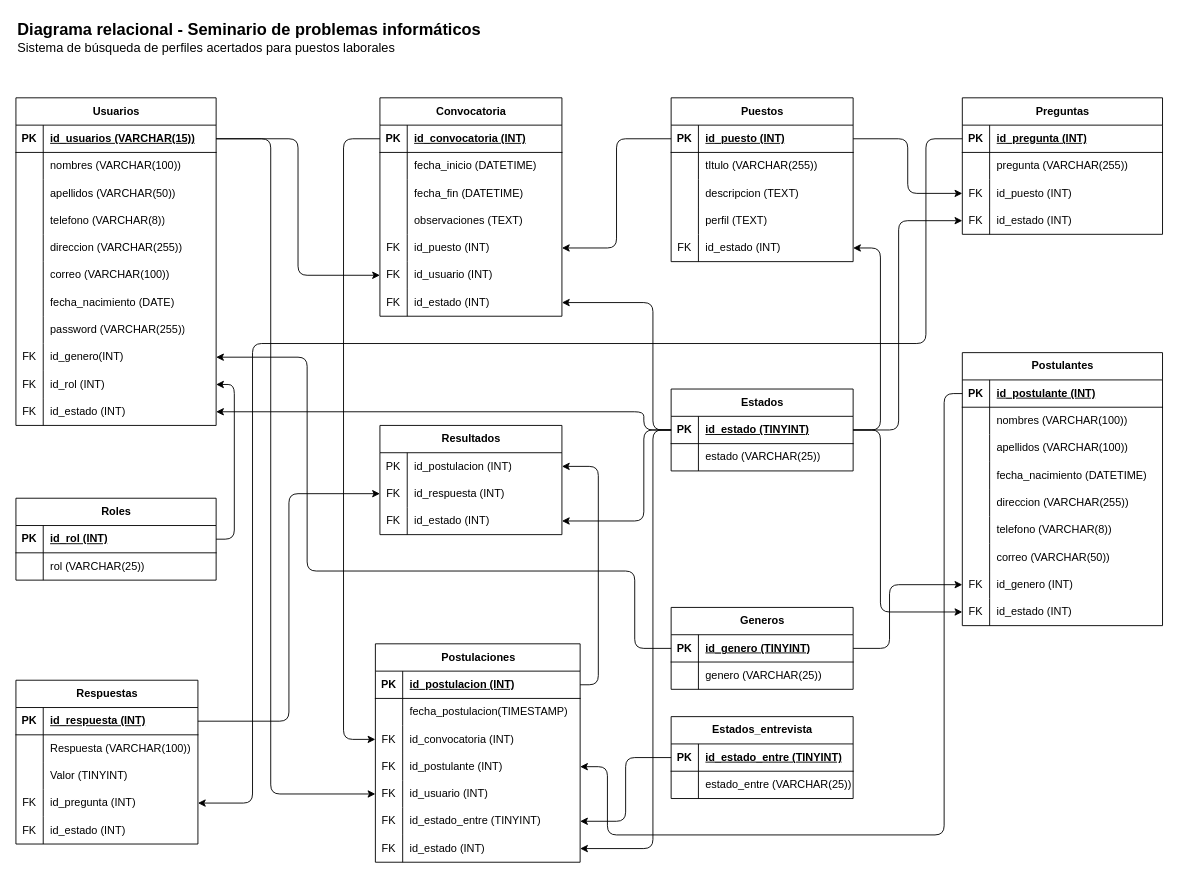
Before: bd/diagrama-relacional.drawio in maykchom/seminario-proyecto, a draw.io diagram. Source tidied: cells renumbered, new cells numbered last; positions are measured from the earlier drawing's top-left corner, leaving out a move shared by most shapes. Both pictures are drawn from the tidied source at 91%, with x=0, y=0 at pixel (15, 15).
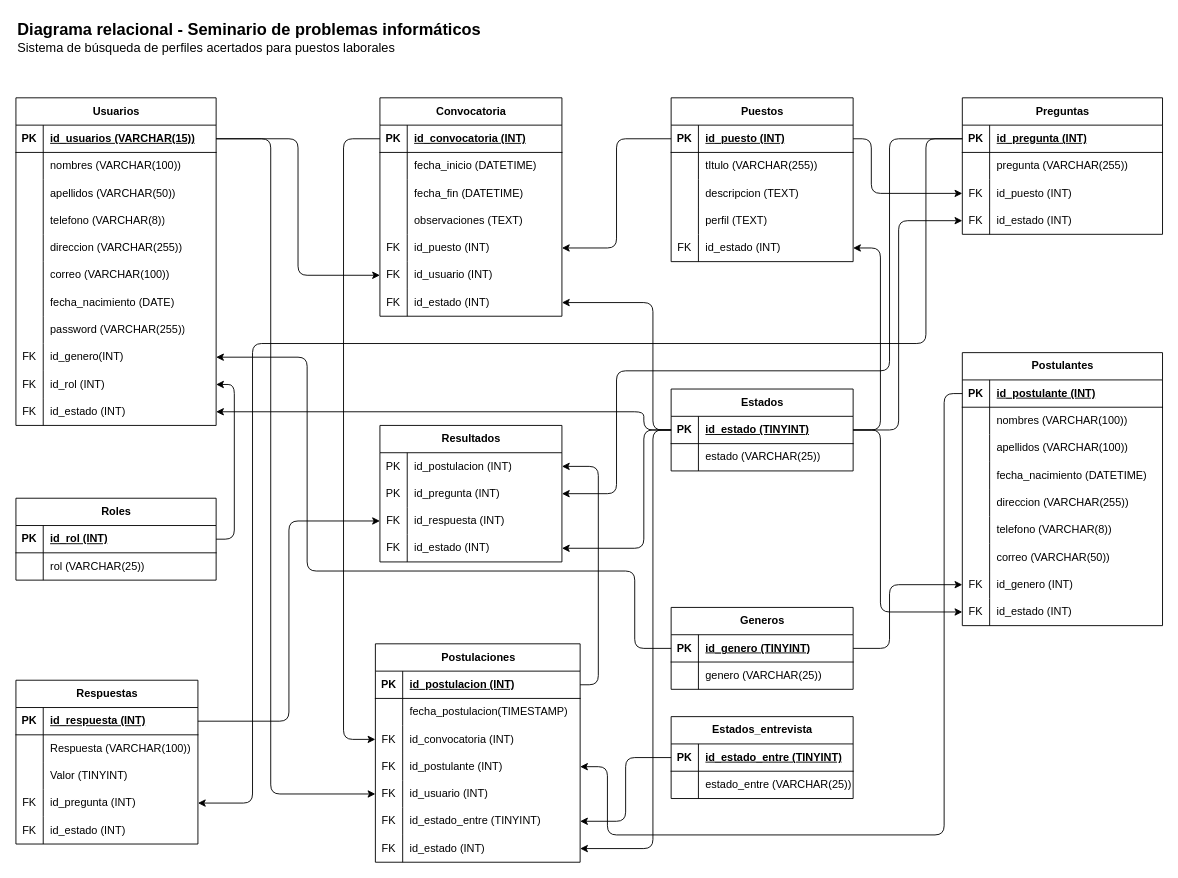
The same diagram, later.

The change refers to these unchanged cells:
```xml
<mxCell id="53" style="shape=tableRow;horizontal=0;startSize=0;swimlaneHead=0;swimlaneBody=0;fillColor=none;points=[[0,0.5],[1,0.5]];portConstraint=eastwest;top=0;left=0;right=0;bottom=1;" parent="52" vertex="1">
  <mxGeometry y="30" width="200" height="30" as="geometry" />
</mxCell>
<mxCell id="69" style="shape=tableRow;horizontal=0;startSize=0;swimlaneHead=0;swimlaneBody=0;fillColor=none;points=[[0,0.5],[1,0.5]];portConstraint=eastwest;top=0;left=0;right=0;bottom=1;" parent="68" vertex="1">
  <mxGeometry y="30" width="220" height="30" as="geometry" />
</mxCell>
<mxCell id="75" style="shape=tableRow;horizontal=0;startSize=0;swimlaneHead=0;swimlaneBody=0;fillColor=none;points=[[0,0.5],[1,0.5]];portConstraint=eastwest;top=0;left=0;right=0;bottom=0;" parent="68" vertex="1">
  <mxGeometry y="90" width="220" height="30" as="geometry" />
</mxCell>
<mxCell id="115" style="shape=tableRow;horizontal=0;startSize=0;swimlaneHead=0;swimlaneBody=0;fillColor=none;points=[[0,0.5],[1,0.5]];portConstraint=eastwest;top=0;left=0;right=0;bottom=1;" parent="114" vertex="1">
  <mxGeometry y="30" width="200" height="30" as="geometry" />
</mxCell>
```

Diff of the diagram source:
```diff
@@
     <mxCell id="97" value="Resultados" style="shape=table;startSize=30;childLayout=tableLayout;rowLines=0;fontStyle=1;align=center;html=1;" parent="1" vertex="1">
-      <mxGeometry x="400" y="450" width="200" height="120" as="geometry" />
+      <mxGeometry x="400" y="450" width="200" height="150" as="geometry" />
     </mxCell>
@@
+    <mxCell id="214" style="shape=tableRow;horizontal=0;startSize=0;swimlaneHead=0;swimlaneBody=0;fillColor=none;points=[[0,0.5],[1,0.5]];portConstraint=eastwest;top=0;left=0;right=0;bottom=0;" parent="97" vertex="1">
+      <mxGeometry y="60" width="200" height="30" as="geometry" />
+    </mxCell>
+    <mxCell id="215" value="PK" style="shape=partialRectangle;fillColor=none;top=0;left=0;bottom=0;right=0;overflow=hidden;whiteSpace=wrap;html=1;" parent="214" vertex="1">
+      <mxGeometry width="30" height="30" as="geometry" />
+    </mxCell>
+    <mxCell id="216" value="id_pregunta (INT)" style="shape=partialRectangle;fillColor=none;top=0;left=0;bottom=0;right=0;align=left;spacingLeft=6;overflow=hidden;whiteSpace=wrap;html=1;" parent="214" vertex="1">
+      <mxGeometry x="30" width="170" height="30" as="geometry" />
+    </mxCell>
     <mxCell id="101" style="shape=tableRow;horizontal=0;startSize=0;swimlaneHead=0;swimlaneBody=0;fillColor=none;points=[[0,0.5],[1,0.5]];portConstraint=eastwest;top=0;left=0;right=0;bottom=0;" parent="97" vertex="1">
-      <mxGeometry y="60" width="200" height="30" as="geometry" />
+      <mxGeometry y="90" width="200" height="30" as="geometry" />
     </mxCell>
@@
     <mxCell id="104" style="shape=tableRow;horizontal=0;startSize=0;swimlaneHead=0;swimlaneBody=0;fillColor=none;points=[[0,0.5],[1,0.5]];portConstraint=eastwest;top=0;left=0;right=0;bottom=0;" parent="97" vertex="1">
-      <mxGeometry y="90" width="200" height="30" as="geometry" />
+      <mxGeometry y="120" width="200" height="30" as="geometry" />
     </mxCell>
@@
     <mxCell id="122" style="edgeStyle=orthogonalEdgeStyle;rounded=1;jettySize=auto;html=1;exitX=1;exitY=0.5;exitDx=0;exitDy=0;entryX=0;entryY=0.5;entryDx=0;entryDy=0;" parent="1" edge="1" source="53" target="75">
-      <mxGeometry relative="1" as="geometry" />
+      <mxGeometry relative="1" as="geometry">
+        <Array as="points">
+          <mxPoint x="940" y="135" />
+          <mxPoint x="940" y="195" />
+        </Array>
+      </mxGeometry>
     </mxCell>
@@
     <mxCell id="198" style="edgeStyle=orthogonalEdgeStyle;rounded=1;jettySize=auto;html=1;exitX=0;exitY=0.5;exitDx=0;exitDy=0;entryX=1;entryY=0.5;entryDx=0;entryDy=0;" parent="1" edge="1" source="115" target="104">
       <mxGeometry relative="1" as="geometry">
         <Array as="points">
           <mxPoint x="690" y="455" />
-          <mxPoint x="690" y="555" />
+          <mxPoint x="690" y="585" />
         </Array>
       </mxGeometry>
     </mxCell>
@@
+    <mxCell id="217" style="edgeStyle=orthogonalEdgeStyle;rounded=1;jettySize=auto;html=1;exitX=0;exitY=0.5;exitDx=0;exitDy=0;entryX=1;entryY=0.5;entryDx=0;entryDy=0;" parent="1" edge="1" source="69" target="214">
+      <mxGeometry relative="1" as="geometry">
+        <Array as="points">
+          <mxPoint x="960" y="135" />
+          <mxPoint x="960" y="390" />
+          <mxPoint x="660" y="390" />
+          <mxPoint x="660" y="525" />
+        </Array>
+      </mxGeometry>
+    </mxCell>
```
